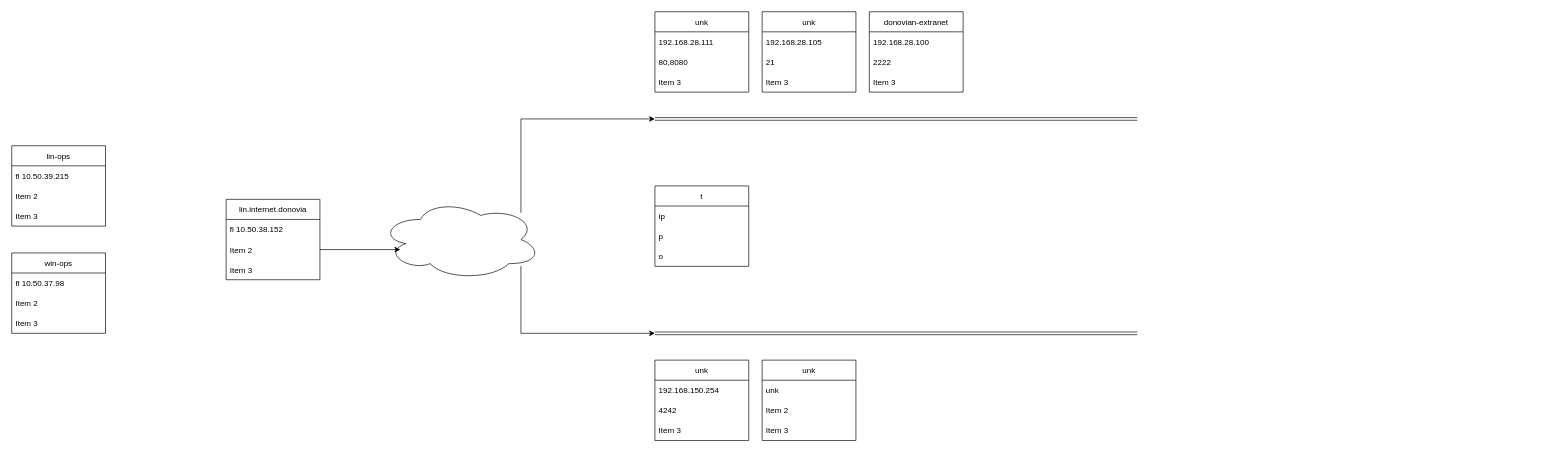
The draw.io diagram security.drawio in fortitude2022/indy_study, before the edit. Source tidied: cells renumbered, new cells numbered last; positions are measured from the earlier drawing's top-left corner, leaving out a move shared by most shapes. Both pictures are drawn from the tidied source at 67%, with x=0, y=0 at pixel (11, 11).
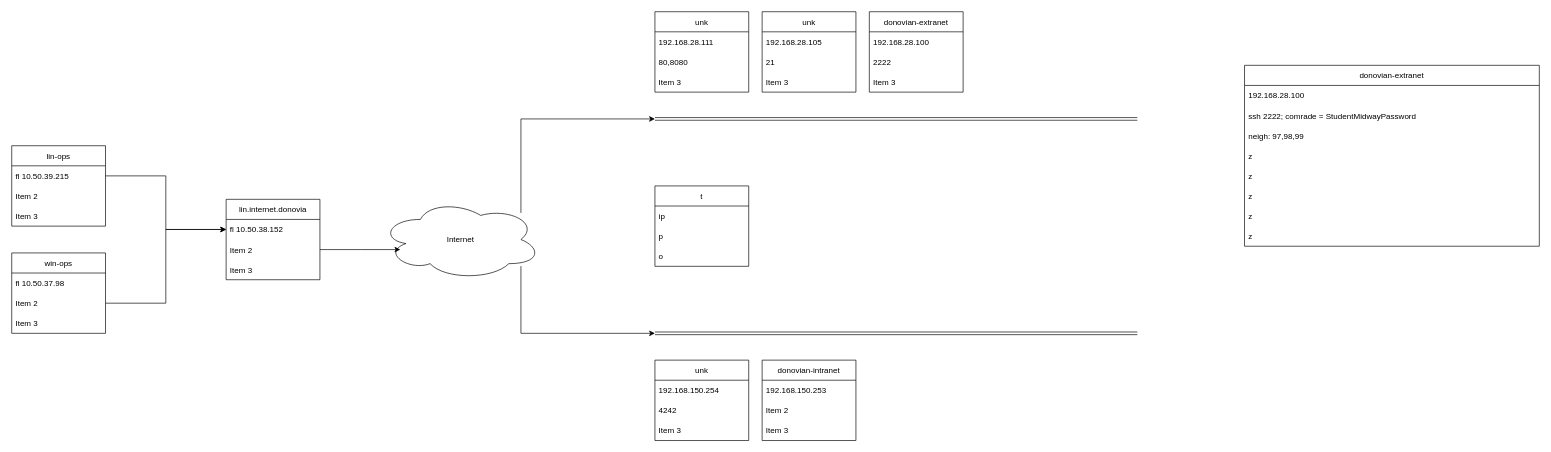
Above is the later version.

The change refers to these unchanged cells:
```xml
<mxCell id="3" value="fl 10.50.39.215" style="text;strokeColor=none;fillColor=none;align=left;verticalAlign=middle;spacingLeft=4;spacingRight=4;overflow=hidden;points=[[0,0.5],[1,0.5]];portConstraint=eastwest;" parent="2" vertex="1">
  <mxGeometry y="30" width="140" height="30" as="geometry" />
</mxCell>
<mxCell id="8" value="Item 2" style="text;strokeColor=none;fillColor=none;align=left;verticalAlign=middle;spacingLeft=4;spacingRight=4;overflow=hidden;points=[[0,0.5],[1,0.5]];portConstraint=eastwest;" parent="6" vertex="1">
  <mxGeometry y="60" width="140" height="30" as="geometry" />
</mxCell>
<mxCell id="11" value="fl 10.50.38.152" style="text;strokeColor=none;fillColor=none;align=left;verticalAlign=middle;spacingLeft=4;spacingRight=4;overflow=hidden;points=[[0,0.5],[1,0.5]];portConstraint=eastwest;" parent="10" vertex="1">
  <mxGeometry y="30" width="140" height="30" as="geometry" />
</mxCell>
```

Diff of the diagram source:
```diff
@@
-    <mxCell id="16" style="ellipse;shape=cloud;whiteSpace=wrap;html=1;" parent="1" vertex="1">
+    <mxCell id="16" value="Internet" style="ellipse;shape=cloud;whiteSpace=wrap;html=1;" parent="1" vertex="1">
       <mxGeometry x="550" y="280" width="240" height="120" as="geometry" />
     </mxCell>
@@
-    <mxCell id="36" value="unk" style="swimlane;fontStyle=0;horizontal=1;startSize=30;" parent="1" vertex="1">
+    <mxCell id="36" value="donovian-intranet" style="swimlane;fontStyle=0;horizontal=1;startSize=30;" parent="1" vertex="1">
       <mxGeometry x="1120" y="520" width="140" height="120" as="geometry" />
     </mxCell>
-    <mxCell id="37" value="unk" style="text;strokeColor=none;fillColor=none;align=left;verticalAlign=middle;spacingLeft=4;spacingRight=4;overflow=hidden;" parent="36" vertex="1">
+    <mxCell id="37" value="192.168.150.253" style="text;strokeColor=none;fillColor=none;align=left;verticalAlign=middle;spacingLeft=4;spacingRight=4;overflow=hidden;" parent="36" vertex="1">
       <mxGeometry y="30" width="140" height="30" as="geometry" />
     </mxCell>
@@
+    <mxCell id="44" style="edgeStyle=orthogonalEdgeStyle;rounded=0;jettySize=auto;html=1;entryX=0;entryY=0.5;entryDx=0;entryDy=0;" parent="1" edge="1" source="3" target="11">
+      <mxGeometry relative="1" as="geometry" />
+    </mxCell>
+    <mxCell id="45" style="edgeStyle=orthogonalEdgeStyle;rounded=0;jettySize=auto;html=1;entryX=0;entryY=0.5;entryDx=0;entryDy=0;" parent="1" edge="1" source="8" target="11">
+      <mxGeometry relative="1" as="geometry" />
+    </mxCell>
+    <mxCell id="46" value="donovian-extranet" style="swimlane;fontStyle=0;horizontal=1;startSize=30;" parent="1" vertex="1">
+      <mxGeometry x="1840" y="80" width="440" height="270" as="geometry" />
+    </mxCell>
+    <mxCell id="47" value="192.168.28.100" style="text;strokeColor=none;fillColor=none;align=left;verticalAlign=middle;spacingLeft=4;spacingRight=4;overflow=hidden;" parent="46" vertex="1">
+      <mxGeometry y="30" width="440" height="30" as="geometry" />
+    </mxCell>
+    <mxCell id="48" value="ssh 2222; comrade = StudentMidwayPassword" style="text;strokeColor=none;fillColor=none;align=left;verticalAlign=middle;spacingLeft=4;spacingRight=4;overflow=hidden;" parent="46" vertex="1">
+      <mxGeometry y="60" width="440" height="30" as="geometry" />
+    </mxCell>
+    <mxCell id="49" value="neigh: 97,98,99" style="text;strokeColor=none;fillColor=none;align=left;verticalAlign=middle;spacingLeft=4;spacingRight=4;overflow=hidden;" parent="46" vertex="1">
+      <mxGeometry y="90" width="440" height="30" as="geometry" />
+    </mxCell>
+    <mxCell id="50" value="z" style="text;strokeColor=none;fillColor=none;align=left;verticalAlign=middle;spacingLeft=4;spacingRight=4;overflow=hidden;" parent="46" vertex="1">
+      <mxGeometry y="120" width="440" height="30" as="geometry" />
+    </mxCell>
+    <mxCell id="51" value="z" style="text;strokeColor=none;fillColor=none;align=left;verticalAlign=middle;spacingLeft=4;spacingRight=4;overflow=hidden;" parent="46" vertex="1">
+      <mxGeometry y="150" width="440" height="30" as="geometry" />
+    </mxCell>
+    <mxCell id="52" value="z" style="text;strokeColor=none;fillColor=none;align=left;verticalAlign=middle;spacingLeft=4;spacingRight=4;overflow=hidden;" parent="46" vertex="1">
+      <mxGeometry y="180" width="440" height="30" as="geometry" />
+    </mxCell>
+    <mxCell id="53" value="z" style="text;strokeColor=none;fillColor=none;align=left;verticalAlign=middle;spacingLeft=4;spacingRight=4;overflow=hidden;" parent="46" vertex="1">
+      <mxGeometry y="210" width="440" height="30" as="geometry" />
+    </mxCell>
+    <mxCell id="54" value="z" style="text;strokeColor=none;fillColor=none;align=left;verticalAlign=middle;spacingLeft=4;spacingRight=4;overflow=hidden;" parent="46" vertex="1">
+      <mxGeometry y="240" width="440" height="30" as="geometry" />
+    </mxCell>
```
